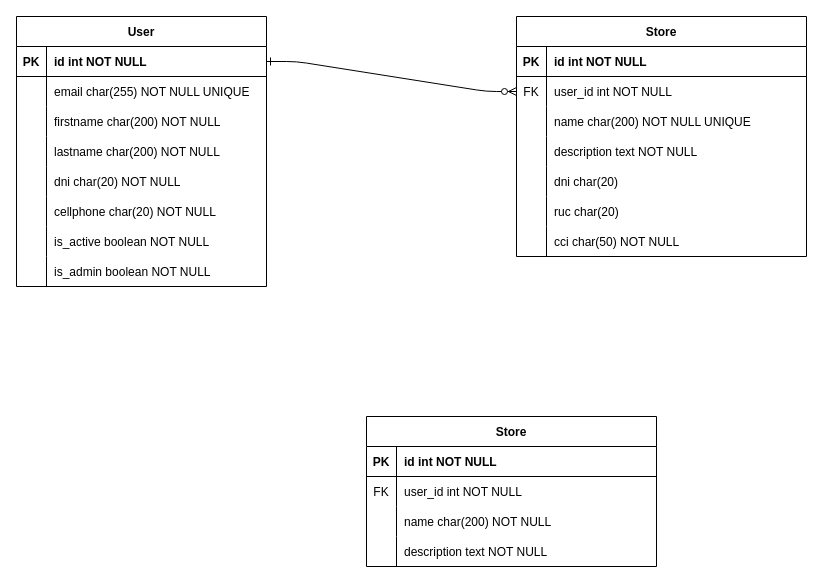
Before: db_model.drawio in webtaken/yala, a draw.io diagram. Source tidied: cells renumbered, new cells numbered last; positions are measured from the earlier drawing's top-left corner, leaving out a move shared by most shapes. Both pictures are drawn from the tidied source at 100%, with x=0, y=0 at pixel (16, 16).
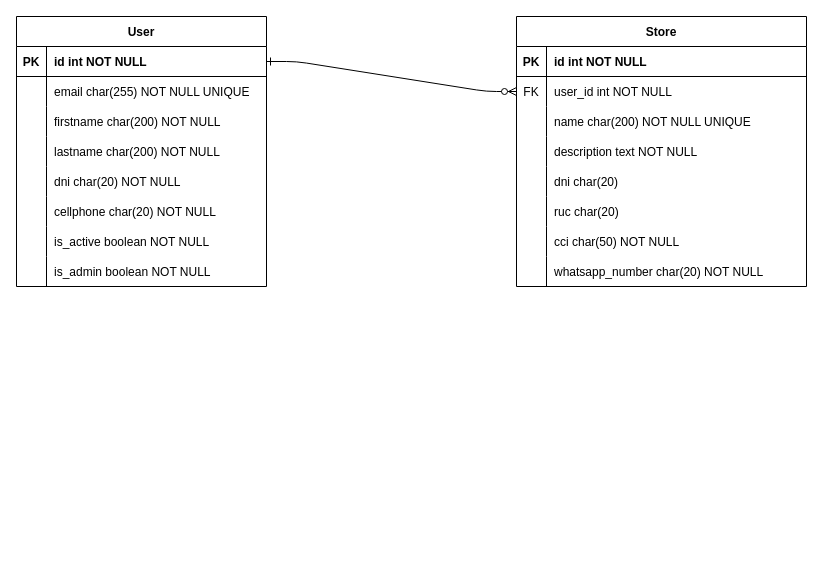
The same diagram, later.

Change to the diagram source:
```diff
@@
     <mxCell id="28" value="Store" style="shape=table;startSize=30;childLayout=tableLayout;rowLines=0;fontStyle=1;align=center;" parent="1" vertex="1">
-      <mxGeometry x="500" width="290" height="240" as="geometry" />
+      <mxGeometry x="500" width="290" height="270" as="geometry" />
     </mxCell>
@@
-    <mxCell id="50" value="Store" style="shape=table;startSize=30;childLayout=tableLayout;rowLines=0;fontStyle=1;align=center;" parent="1" vertex="1">
-      <mxGeometry x="350" y="400" width="290" height="150" as="geometry" />
-    </mxCell>
-    <mxCell id="51" style="shape=partialRectangle;fillColor=none;top=0;left=0;right=0;bottom=1;" parent="50" vertex="1">
-      <mxGeometry y="30" width="290" height="30" as="geometry" />
-    </mxCell>
-    <mxCell id="52" value="PK" style="shape=partialRectangle;overflow=hidden;fillColor=none;top=0;left=0;bottom=0;right=0;fontStyle=1;" parent="51" vertex="1">
-      <mxGeometry width="30" height="30" as="geometry" />
-    </mxCell>
-    <mxCell id="53" value="id int NOT NULL " style="shape=partialRectangle;overflow=hidden;fillColor=none;top=0;left=0;bottom=0;right=0;align=left;spacingLeft=6;fontStyle=1;" parent="51" vertex="1">
-      <mxGeometry x="30" width="260" height="30" as="geometry" />
-    </mxCell>
-    <mxCell id="54" style="shape=partialRectangle;fillColor=none;top=0;left=0;right=0;bottom=0;" parent="50" vertex="1">
-      <mxGeometry y="60" width="290" height="30" as="geometry" />
-    </mxCell>
-    <mxCell id="55" value="FK" style="shape=partialRectangle;overflow=hidden;fillColor=none;top=0;left=0;bottom=0;right=0;" parent="54" vertex="1">
-      <mxGeometry width="30" height="30" as="geometry" />
-    </mxCell>
-    <mxCell id="56" value="user_id int NOT NULL" style="shape=partialRectangle;overflow=hidden;fillColor=none;top=0;left=0;bottom=0;right=0;align=left;spacingLeft=6;" parent="54" vertex="1">
-      <mxGeometry x="30" width="260" height="30" as="geometry" />
-    </mxCell>
-    <mxCell id="57" style="shape=partialRectangle;fillColor=none;top=0;left=0;right=0;bottom=0;" parent="50" vertex="1">
-      <mxGeometry y="90" width="290" height="30" as="geometry" />
-    </mxCell>
-    <mxCell id="58" style="shape=partialRectangle;overflow=hidden;fillColor=none;top=0;left=0;bottom=0;right=0;" parent="57" vertex="1">
-      <mxGeometry width="30" height="30" as="geometry" />
-    </mxCell>
-    <mxCell id="59" value="name char(200) NOT NULL" style="shape=partialRectangle;overflow=hidden;fillColor=none;top=0;left=0;bottom=0;right=0;align=left;spacingLeft=6;" parent="57" vertex="1">
-      <mxGeometry x="30" width="260" height="30" as="geometry" />
-    </mxCell>
-    <mxCell id="60" style="shape=partialRectangle;fillColor=none;top=0;left=0;right=0;bottom=0;" parent="50" vertex="1">
-      <mxGeometry y="120" width="290" height="30" as="geometry" />
-    </mxCell>
-    <mxCell id="61" style="shape=partialRectangle;overflow=hidden;fillColor=none;top=0;left=0;bottom=0;right=0;" parent="60" vertex="1">
-      <mxGeometry width="30" height="30" as="geometry" />
-    </mxCell>
-    <mxCell id="62" value="description text NOT NULL" style="shape=partialRectangle;overflow=hidden;fillColor=none;top=0;left=0;bottom=0;right=0;align=left;spacingLeft=6;" parent="60" vertex="1">
-      <mxGeometry x="30" width="260" height="30" as="geometry" />
-    </mxCell>
+    <mxCell id="63" style="shape=partialRectangle;fillColor=none;top=0;left=0;right=0;bottom=0;" parent="28" vertex="1">
+      <mxGeometry y="240" width="290" height="30" as="geometry" />
+    </mxCell>
+    <mxCell id="64" style="shape=partialRectangle;overflow=hidden;fillColor=none;top=0;left=0;bottom=0;right=0;" parent="63" vertex="1">
+      <mxGeometry width="30" height="30" as="geometry" />
+    </mxCell>
+    <mxCell id="65" value="whatsapp_number char(20) NOT NULL" style="shape=partialRectangle;overflow=hidden;fillColor=none;top=0;left=0;bottom=0;right=0;align=left;spacingLeft=6;" parent="63" vertex="1">
+      <mxGeometry x="30" width="260" height="30" as="geometry" />
+    </mxCell>
```
